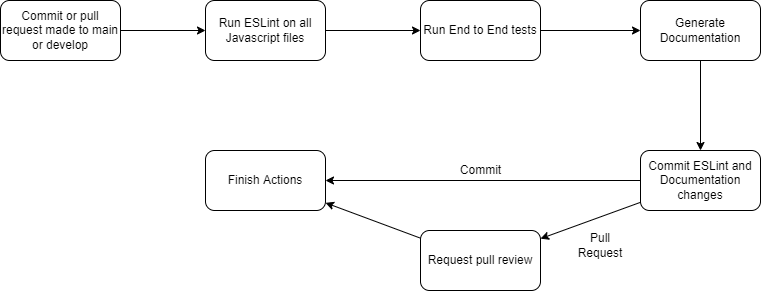
Before: admin/pipeline/phase1.drawio.png, a diagram exported from draw.io (cse110-fa22-group18/cse110-fa22-group18). Source tidied: cells renumbered, new cells last; positions are measured from the earlier drawing's top-left corner, leaving out a move shared by most shapes.
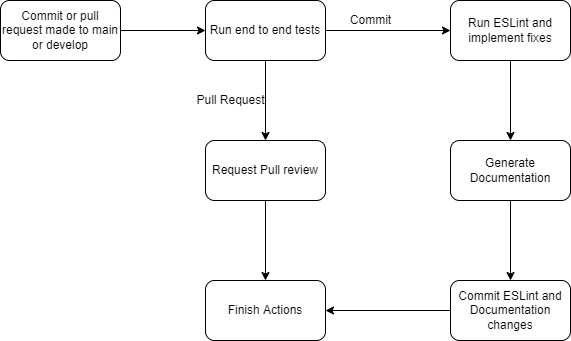
Above is the later version.

Commit message:
Final pipeline phase documented

Diff of the diagram source:
```diff
@@ -6,49 +6,49 @@
       <mxGeometry relative="1" as="geometry" />
     </mxCell>
     <mxCell id="3" value="Commit or pull request made to main or develop" style="rounded=1;whiteSpace=wrap;html=1;" parent="1" vertex="1">
-      <mxGeometry width="120" height="60" as="geometry" />
+      <mxGeometry x="74" y="-20" width="120" height="60" as="geometry" />
     </mxCell>
-    <mxCell id="4" style="edgeStyle=none;html=1;" parent="1" edge="1" source="5" target="15">
-      <mxGeometry relative="1" as="geometry" />
-    </mxCell>
-    <mxCell id="5" value="Request pull review" style="rounded=1;whiteSpace=wrap;html=1;" parent="1" vertex="1">
-      <mxGeometry x="420" y="230" width="120" height="60" as="geometry" />
-    </mxCell>
     <mxCell id="6" style="edgeStyle=none;html=1;" parent="1" edge="1" source="7" target="14">
       <mxGeometry relative="1" as="geometry" />
     </mxCell>
     <mxCell id="7" value="Generate Documentation" style="rounded=1;whiteSpace=wrap;html=1;" parent="1" vertex="1">
-      <mxGeometry x="640" width="120" height="60" as="geometry" />
+      <mxGeometry x="524" y="120" width="120" height="60" as="geometry" />
     </mxCell>
     <mxCell id="8" style="edgeStyle=none;html=1;" parent="1" edge="1" source="9" target="7">
       <mxGeometry relative="1" as="geometry" />
     </mxCell>
-    <mxCell id="9" value="Run End to End tests" style="rounded=1;whiteSpace=wrap;html=1;" parent="1" vertex="1">
-      <mxGeometry x="420" width="120" height="60" as="geometry" />
+    <mxCell id="9" value="Run ESLint and implement fixes" style="rounded=1;whiteSpace=wrap;html=1;" parent="1" vertex="1">
+      <mxGeometry x="524" y="-20" width="120" height="60" as="geometry" />
     </mxCell>
+    <mxCell id="18" style="edgeStyle=none;html=1;" parent="1" edge="1" source="11" target="15">
+      <mxGeometry relative="1" as="geometry" />
+    </mxCell>
     <mxCell id="10" style="edgeStyle=none;html=1;" parent="1" edge="1" source="11" target="9">
       <mxGeometry relative="1" as="geometry" />
     </mxCell>
-    <mxCell id="11" value="Run ESLint on all Javascript files" style="rounded=1;whiteSpace=wrap;html=1;" parent="1" vertex="1">
-      <mxGeometry x="205" width="120" height="60" as="geometry" />
+    <mxCell id="11" value="Run end to end tests" style="rounded=1;whiteSpace=wrap;html=1;" parent="1" vertex="1">
+      <mxGeometry x="279" y="-20" width="120" height="60" as="geometry" />
     </mxCell>
-    <mxCell id="12" style="edgeStyle=none;html=1;" parent="1" edge="1" source="14" target="5">
-      <mxGeometry relative="1" as="geometry" />
-    </mxCell>
-    <mxCell id="13" style="edgeStyle=none;html=1;" parent="1" edge="1" source="14" target="15">
-      <mxGeometry relative="1" as="geometry" />
-    </mxCell>
+    <mxCell id="19" style="edgeStyle=none;html=1;" parent="1" edge="1" source="14" target="21">
+      <mxGeometry relative="1" as="geometry" />
+    </mxCell>
     <mxCell id="14" value="Commit ESLint and Documentation changes" style="rounded=1;whiteSpace=wrap;html=1;" parent="1" vertex="1">
-      <mxGeometry x="640" y="150" width="120" height="60" as="geometry" />
+      <mxGeometry x="524" y="260" width="120" height="60" as="geometry" />
     </mxCell>
+    <mxCell id="20" style="edgeStyle=none;html=1;" parent="1" edge="1" source="15" target="21">
+      <mxGeometry relative="1" as="geometry" />
+    </mxCell>
-    <mxCell id="15" value="Finish Actions" style="rounded=1;whiteSpace=wrap;html=1;" parent="1" vertex="1">
-      <mxGeometry x="205" y="150" width="120" height="60" as="geometry" />
+    <mxCell id="15" value="Request Pull review" style="rounded=1;whiteSpace=wrap;html=1;" parent="1" vertex="1">
+      <mxGeometry x="279" y="120" width="120" height="60" as="geometry" />
     </mxCell>
-    <mxCell id="16" value="Pull Request" style="text;html=1;strokeColor=none;fillColor=none;align=center;verticalAlign=middle;whiteSpace=wrap;rounded=0;" parent="1" vertex="1">
-      <mxGeometry x="570" y="230" width="60" height="30" as="geometry" />
+    <mxCell id="16" value="Pull Request" style="text;html=1;align=center;verticalAlign=middle;strokeColor=none;fillColor=none;" parent="1" vertex="1">
+      <mxGeometry x="264" y="70" width="80" height="20" as="geometry" />
     </mxCell>
+    <mxCell id="21" value="Finish Actions" style="rounded=1;whiteSpace=wrap;html=1;" parent="1" vertex="1">
+      <mxGeometry x="279" y="260" width="120" height="60" as="geometry" />
+    </mxCell>
     <mxCell id="17" value="Commit" style="text;html=1;align=center;verticalAlign=middle;strokeColor=none;fillColor=none;" parent="1" vertex="1">
-      <mxGeometry x="450" y="160" width="60" height="20" as="geometry" />
+      <mxGeometry x="414" y="-10" width="60" height="20" as="geometry" />
     </mxCell>
   </root>
 </mxGraphModel>
```
